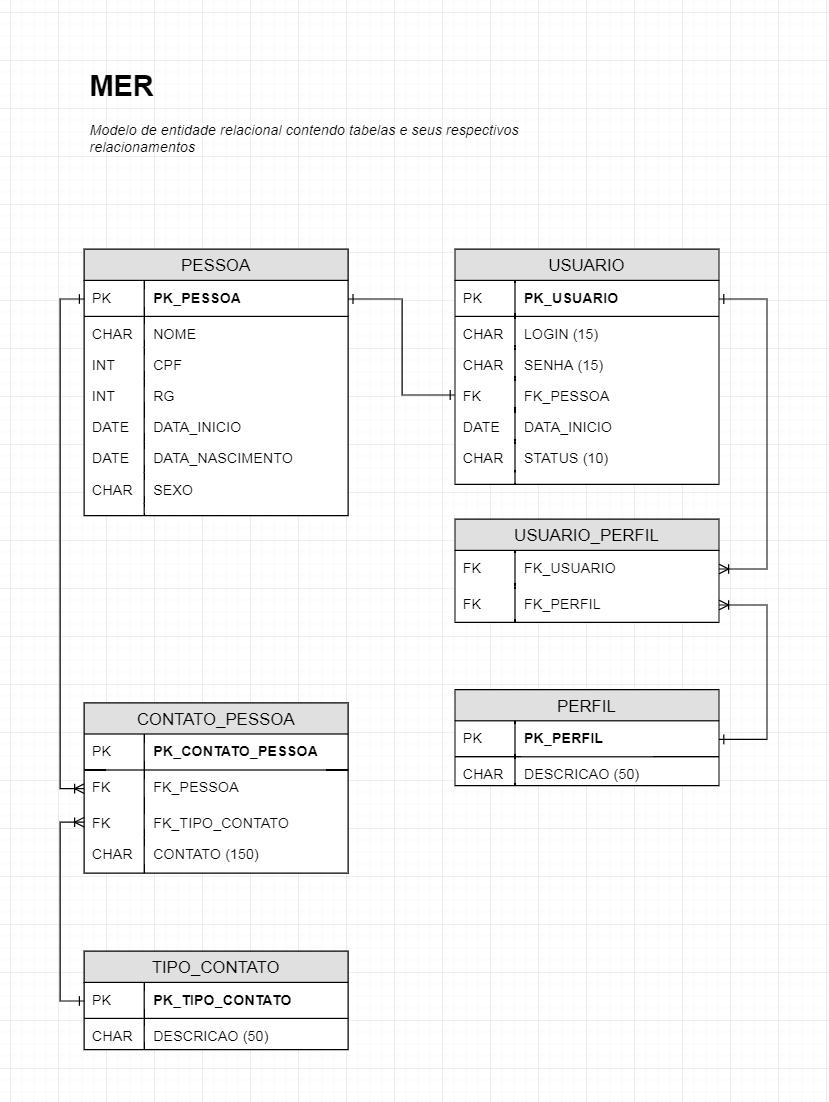
Before: documentos/MER.png, a diagram exported from draw.io (leoarauj/api). Source tidied: cells renumbered, new cells last; positions are measured from the earlier drawing's top-left corner, leaving out a move shared by most shapes.
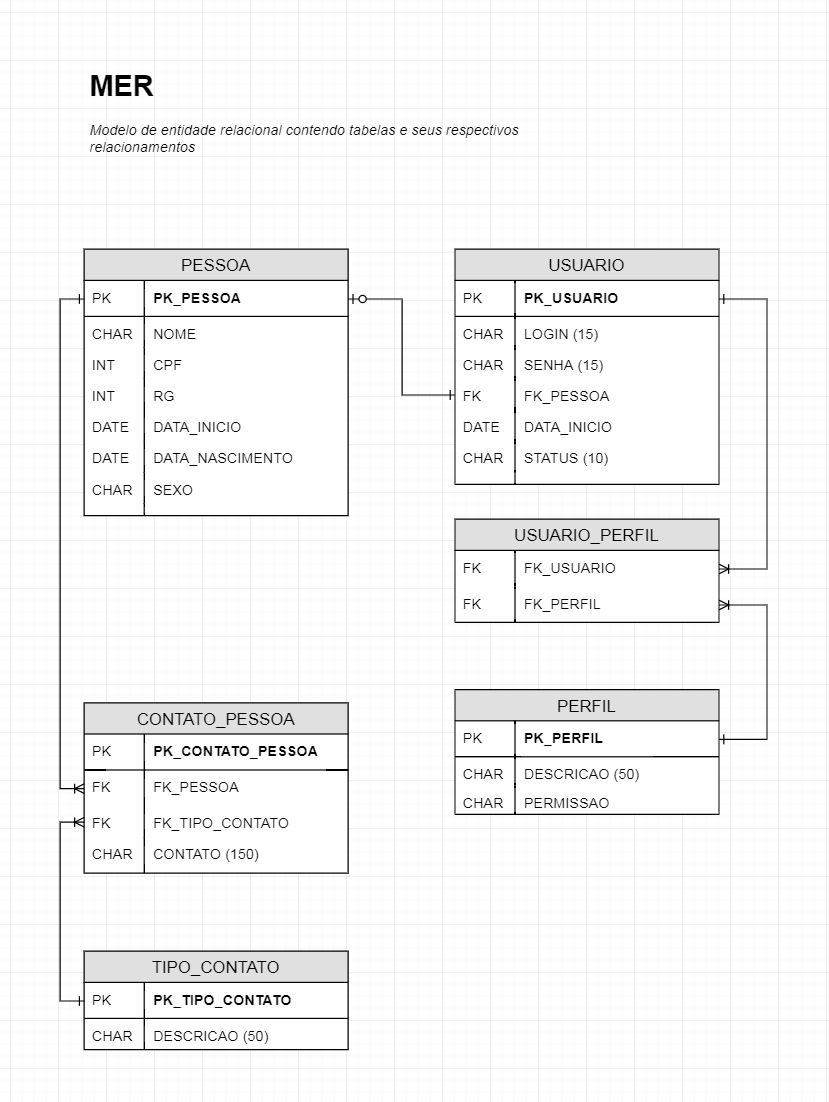
The same diagram one commit later.

Commit message:
Correção do MER

Change to the diagram source:
```diff
@@ -99,7 +99,7 @@
       <mxGeometry width="50" height="10" as="geometry" />
     </mxCell>
     <mxCell id="34" value="PERFIL" style="swimlane;fontStyle=0;horizontal=1;startSize=26;fillColor=#e0e0e0;swimlaneFillColor=#ffffff;align=center;fontSize=14;" parent="1" vertex="1">
-      <mxGeometry x="309" y="522.5" width="220" height="80" as="geometry" />
+      <mxGeometry x="309" y="522.5" width="220" height="104" as="geometry" />
     </mxCell>
     <mxCell id="35" value="PK_PERFIL" style="shape=partialRectangle;top=0;left=0;right=0;bottom=1;align=left;verticalAlign=middle;fillColor=none;spacingLeft=55;spacingRight=4;overflow=hidden;points=[[0,0.5],[1,0.5]];portConstraint=eastwest;fontStyle=1;fontSize=12;spacing=2;" parent="34" vertex="1">
       <mxGeometry y="26" width="220" height="30" as="geometry" />
@@ -113,6 +113,12 @@
     <mxCell id="38" value="CHAR" style="shape=partialRectangle;top=0;left=0;bottom=0;fillColor=none;align=left;verticalAlign=top;spacingLeft=4;spacingRight=4;overflow=hidden;fontSize=12;" parent="37" vertex="1">
       <mxGeometry width="50" height="24" as="geometry" />
     </mxCell>
+    <mxCell id="64" value="PERMISSAO" style="shape=partialRectangle;top=0;left=0;right=0;bottom=0;align=left;verticalAlign=top;fillColor=none;spacingLeft=55;spacingRight=4;overflow=hidden;fontSize=12;" parent="34" vertex="1">
+      <mxGeometry y="80" width="220" height="24" as="geometry" />
+    </mxCell>
+    <mxCell id="65" value="CHAR" style="shape=partialRectangle;top=0;left=0;bottom=0;fillColor=none;align=left;verticalAlign=top;spacingLeft=4;spacingRight=4;overflow=hidden;fontSize=12;" parent="64" vertex="1">
+      <mxGeometry width="50" height="24" as="geometry" />
+    </mxCell>
     <mxCell id="39" value="USUARIO_PERFIL" style="swimlane;fontStyle=0;horizontal=1;startSize=26;fillColor=#e0e0e0;swimlaneFillColor=#ffffff;align=center;fontSize=14;" parent="1" vertex="1">
       <mxGeometry x="309" y="380.5" width="220" height="86" as="geometry" />
     </mxCell>
@@ -144,7 +150,7 @@
         </Array>
       </mxGeometry>
     </mxCell>
-    <mxCell id="46" style="edgeStyle=orthogonalEdgeStyle;rounded=0;jettySize=auto;html=1;entryX=1;entryY=0.5;entryDx=0;entryDy=0;startArrow=ERone;startFill=0;endArrow=ERone;endFill=0;strokeColor=#000000;" parent="1" edge="1" source="26" target="3">
+    <mxCell id="46" style="edgeStyle=orthogonalEdgeStyle;rounded=0;jettySize=auto;html=1;entryX=1;entryY=0.5;entryDx=0;entryDy=0;startArrow=ERone;startFill=0;endArrow=ERzeroToOne;endFill=1;strokeColor=#000000;" parent="1" edge="1" source="26" target="3">
       <mxGeometry relative="1" as="geometry" />
     </mxCell>
     <mxCell id="47" value="CONTATO_PESSOA" style="swimlane;fontStyle=0;horizontal=1;startSize=26;fillColor=#e0e0e0;swimlaneFillColor=#ffffff;align=center;fontSize=14;" parent="1" vertex="1">
```
